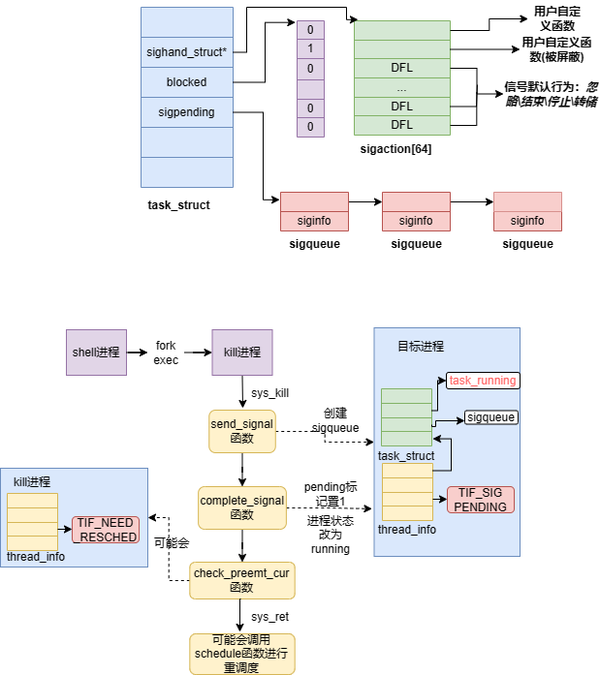
Before: OS/linux内核源代码情景分析/第六章/信号.drawio.png, a diagram exported from draw.io (SixPlusAndTimes/drawio). Source tidied: cells renumbered, new cells last; positions are measured from the earlier drawing's top-left corner, leaving out a move shared by most shapes.
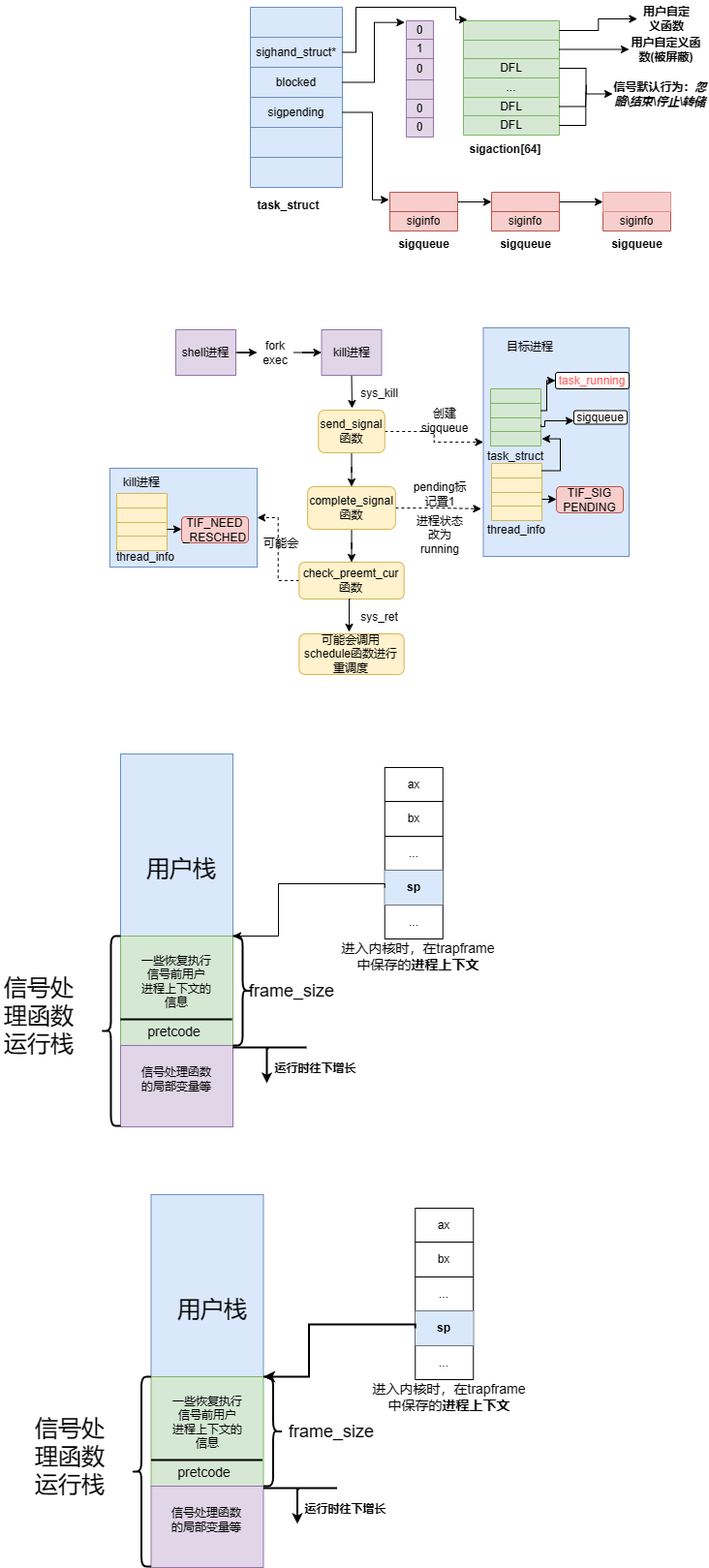
After the change.

The edit, as a diff of the source:
```diff
@@ -458,5 +458,189 @@
     <mxCell id="138" value="进程状态改为running" style="text;html=1;strokeColor=none;fillColor=none;align=center;verticalAlign=middle;whiteSpace=wrap;rounded=0;" parent="1" vertex="1">
       <mxGeometry x="311" y="533" width="60" height="30" as="geometry" />
     </mxCell>
+    <mxCell id="139" style="rounded=0;whiteSpace=wrap;html=1;fillColor=#dae8fc;strokeColor=#6c8ebf;" parent="1" vertex="1">
+      <mxGeometry x="11" y="774" width="116" height="188" as="geometry" />
+    </mxCell>
+    <mxCell id="140" style="rounded=0;whiteSpace=wrap;html=1;fillColor=#d5e8d4;strokeColor=#82b366;" parent="1" vertex="1">
+      <mxGeometry x="11" y="962" width="116" height="113" as="geometry" />
+    </mxCell>
+    <mxCell id="141" style="rounded=0;whiteSpace=wrap;html=1;fillColor=#e1d5e7;strokeColor=#9673a6;" parent="1" vertex="1">
+      <mxGeometry x="11" y="1075" width="116" height="84" as="geometry" />
+    </mxCell>
+    <mxCell id="142" value="&lt;font style=&quot;font-size: 24px;&quot;&gt;用户栈&lt;/font&gt;" style="text;html=1;strokeColor=none;fillColor=none;align=center;verticalAlign=middle;whiteSpace=wrap;rounded=0;" parent="1" vertex="1">
+      <mxGeometry x="34" y="878" width="80" height="30" as="geometry" />
+    </mxCell>
+    <mxCell id="143" style="shape=table;startSize=0;" parent="1" vertex="1">
+      <mxGeometry x="283.8" y="788" width="60" height="177" as="geometry" />
+    </mxCell>
+    <mxCell id="144" style="shape=tableRow;horizontal=0;startSize=0;swimlaneHead=0;swimlaneBody=0;strokeColor=inherit;top=0;left=0;bottom=0;right=0;fillColor=none;" parent="143" vertex="1">
+      <mxGeometry width="60" height="35" as="geometry" />
+    </mxCell>
+    <mxCell id="145" value="ax" style="shape=partialRectangle;html=1;whiteSpace=wrap;strokeColor=inherit;overflow=hidden;fillColor=none;top=0;left=0;bottom=0;right=0;" parent="144" vertex="1">
+      <mxGeometry width="60" height="35" as="geometry" />
+    </mxCell>
+    <mxCell id="146" style="shape=tableRow;horizontal=0;startSize=0;swimlaneHead=0;swimlaneBody=0;strokeColor=inherit;top=0;left=0;bottom=0;right=0;fillColor=none;" parent="143" vertex="1">
+      <mxGeometry y="35" width="60" height="36" as="geometry" />
+    </mxCell>
+    <mxCell id="147" value="bx" style="shape=partialRectangle;html=1;whiteSpace=wrap;strokeColor=inherit;overflow=hidden;fillColor=none;top=0;left=0;bottom=0;right=0;" parent="146" vertex="1">
+      <mxGeometry width="60" height="36" as="geometry" />
+    </mxCell>
+    <mxCell id="148" style="shape=tableRow;horizontal=0;startSize=0;swimlaneHead=0;swimlaneBody=0;strokeColor=inherit;top=0;left=0;bottom=0;right=0;fillColor=none;" parent="143" vertex="1">
+      <mxGeometry y="71" width="60" height="35" as="geometry" />
+    </mxCell>
+    <mxCell id="149" value="..." style="shape=partialRectangle;html=1;whiteSpace=wrap;strokeColor=inherit;overflow=hidden;fillColor=none;top=0;left=0;bottom=0;right=0;" parent="148" vertex="1">
+      <mxGeometry width="60" height="35" as="geometry" />
+    </mxCell>
+    <mxCell id="150" style="shape=tableRow;horizontal=0;startSize=0;swimlaneHead=0;swimlaneBody=0;strokeColor=inherit;top=0;left=0;bottom=0;right=0;fillColor=none;points=[[0,0.5],[1,0.5]];portConstraint=eastwest;" parent="143" vertex="1">
+      <mxGeometry y="106" width="60" height="36" as="geometry" />
+    </mxCell>
+    <mxCell id="151" value="&lt;b&gt;sp&lt;/b&gt;" style="shape=partialRectangle;html=1;whiteSpace=wrap;strokeColor=#6c8ebf;overflow=hidden;fillColor=#dae8fc;top=0;left=0;bottom=0;right=0;" parent="150" vertex="1">
+      <mxGeometry width="60" height="36" as="geometry" />
+    </mxCell>
+    <mxCell id="152" style="shape=tableRow;horizontal=0;startSize=0;swimlaneHead=0;swimlaneBody=0;strokeColor=inherit;top=0;left=0;bottom=0;right=0;fillColor=none;" parent="143" vertex="1">
+      <mxGeometry y="142" width="60" height="35" as="geometry" />
+    </mxCell>
+    <mxCell id="153" value="..." style="shape=partialRectangle;html=1;whiteSpace=wrap;strokeColor=inherit;overflow=hidden;fillColor=none;top=0;left=0;bottom=0;right=0;" parent="152" vertex="1">
+      <mxGeometry width="60" height="35" as="geometry" />
+    </mxCell>
+    <mxCell id="154" value="&lt;font style=&quot;font-size: 14px;&quot;&gt;进入内核时，在trapframe中保存的&lt;b&gt;进程上下文&lt;/b&gt;&lt;/font&gt;" style="text;html=1;strokeColor=none;fillColor=none;align=center;verticalAlign=middle;whiteSpace=wrap;rounded=0;" parent="1" vertex="1">
+      <mxGeometry x="233" y="968" width="171" height="30" as="geometry" />
+    </mxCell>
+    <mxCell id="155" style="edgeStyle=orthogonalEdgeStyle;rounded=0;jettySize=auto;html=1;exitX=0;exitY=0.5;exitDx=0;exitDy=0;entryX=1;entryY=0;entryDx=0;entryDy=0;" parent="1" edge="1" source="150" target="140">
+      <mxGeometry relative="1" as="geometry">
+        <Array as="points">
+          <mxPoint x="174" y="908" />
+          <mxPoint x="174" y="962" />
+        </Array>
+      </mxGeometry>
+    </mxCell>
+    <mxCell id="156" style="shape=curlyBracket;whiteSpace=wrap;html=1;rounded=1;flipH=1;labelPosition=right;verticalLabelPosition=middle;align=left;verticalAlign=middle;strokeWidth=2;" parent="1" vertex="1">
+      <mxGeometry x="127" y="962" width="20" height="113" as="geometry" />
+    </mxCell>
+    <mxCell id="157" value="&lt;font style=&quot;font-size: 18px;&quot;&gt;frame_size&lt;/font&gt;" style="text;html=1;strokeColor=none;fillColor=none;align=center;verticalAlign=middle;whiteSpace=wrap;rounded=0;" parent="1" vertex="1">
+      <mxGeometry x="156.5" y="1003.5" width="62" height="30" as="geometry" />
+    </mxCell>
+    <mxCell id="158" value="&lt;font style=&quot;font-size: 24px;&quot;&gt;信号处理函数运行栈&lt;/font&gt;" style="text;html=1;strokeColor=none;fillColor=none;align=center;verticalAlign=middle;whiteSpace=wrap;rounded=0;" parent="1" vertex="1">
+      <mxGeometry x="-113" y="1030" width="80" height="30" as="geometry" />
+    </mxCell>
+    <mxCell id="159" style="line;strokeWidth=2;html=1;" parent="1" vertex="1">
+      <mxGeometry x="127" y="1072" width="76" height="10" as="geometry" />
+    </mxCell>
+    <mxCell id="160" style="edgeStyle=segmentEdgeStyle;endArrow=classic;html=1;curved=0;rounded=0;endSize=5;startSize=8;strokeWidth=2;" parent="1" edge="1">
+      <mxGeometry relative="1" as="geometry">
+        <mxPoint x="164" y="1078" as="sourcePoint" />
+        <mxPoint x="162" y="1114" as="targetPoint" />
+      </mxGeometry>
+    </mxCell>
+    <mxCell id="161" value="&lt;font style=&quot;font-size: 12px;&quot;&gt;运行时往下增长&lt;/font&gt;" style="text;strokeColor=none;fillColor=none;html=1;fontSize=24;fontStyle=1;verticalAlign=middle;align=center;" parent="1" vertex="1">
+      <mxGeometry x="176" y="1082" width="71" height="26" as="geometry" />
+    </mxCell>
+    <mxCell id="162" value="&lt;font style=&quot;font-size: 12px;&quot;&gt;信号处理函数的局部变量等&lt;/font&gt;" style="text;html=1;strokeColor=none;fillColor=none;align=center;verticalAlign=middle;whiteSpace=wrap;rounded=0;" parent="1" vertex="1">
+      <mxGeometry x="28.5" y="1095" width="80" height="30" as="geometry" />
+    </mxCell>
+    <mxCell id="163" style="line;strokeWidth=2;html=1;" parent="1" vertex="1">
+      <mxGeometry x="11" y="1043" width="115" height="10" as="geometry" />
+    </mxCell>
+    <mxCell id="164" value="&lt;span style=&quot;font-weight: normal;&quot;&gt;&lt;font style=&quot;font-size: 14px;&quot;&gt;pretcode&lt;/font&gt;&lt;/span&gt;" style="text;strokeColor=none;fillColor=none;html=1;fontSize=24;fontStyle=1;verticalAlign=middle;align=center;" parent="1" vertex="1">
+      <mxGeometry x="37" y="1046" width="57" height="23" as="geometry" />
+    </mxCell>
+    <mxCell id="165" value="一些恢复执行信号前用户&lt;br style=&quot;border-color: var(--border-color);&quot;&gt;&lt;span style=&quot;&quot;&gt;进程上下文的信息&lt;/span&gt;" style="text;html=1;strokeColor=none;fillColor=none;align=center;verticalAlign=middle;whiteSpace=wrap;rounded=0;" parent="1" vertex="1">
+      <mxGeometry x="30" y="994" width="78" height="30" as="geometry" />
+    </mxCell>
+    <mxCell id="166" style="shape=curlyBracket;whiteSpace=wrap;html=1;rounded=1;labelPosition=left;verticalLabelPosition=middle;align=right;verticalAlign=middle;strokeWidth=2;" parent="1" vertex="1">
+      <mxGeometry x="-9" y="962" width="20" height="196" as="geometry" />
+    </mxCell>
+    <mxCell id="167" style="rounded=0;whiteSpace=wrap;html=1;fillColor=#dae8fc;strokeColor=#6c8ebf;" parent="1" vertex="1">
+      <mxGeometry x="42.5" y="1229" width="116" height="188" as="geometry" />
+    </mxCell>
+    <mxCell id="168" style="rounded=0;whiteSpace=wrap;html=1;fillColor=#d5e8d4;strokeColor=#82b366;" parent="1" vertex="1">
+      <mxGeometry x="42.5" y="1417" width="116" height="113" as="geometry" />
+    </mxCell>
+    <mxCell id="169" style="rounded=0;whiteSpace=wrap;html=1;fillColor=#e1d5e7;strokeColor=#9673a6;" parent="1" vertex="1">
+      <mxGeometry x="42.5" y="1530" width="116" height="84" as="geometry" />
+    </mxCell>
+    <mxCell id="170" value="&lt;font style=&quot;font-size: 24px;&quot;&gt;用户栈&lt;/font&gt;" style="text;html=1;strokeColor=none;fillColor=none;align=center;verticalAlign=middle;whiteSpace=wrap;rounded=0;" parent="1" vertex="1">
+      <mxGeometry x="65.5" y="1333" width="80" height="30" as="geometry" />
+    </mxCell>
+    <mxCell id="171" style="shape=table;startSize=0;" parent="1" vertex="1">
+      <mxGeometry x="315.2" y="1243" width="60" height="177" as="geometry" />
+    </mxCell>
+    <mxCell id="172" style="shape=tableRow;horizontal=0;startSize=0;swimlaneHead=0;swimlaneBody=0;strokeColor=inherit;top=0;left=0;bottom=0;right=0;fillColor=none;" parent="171" vertex="1">
+      <mxGeometry width="60" height="35" as="geometry" />
+    </mxCell>
+    <mxCell id="173" value="ax" style="shape=partialRectangle;html=1;whiteSpace=wrap;strokeColor=inherit;overflow=hidden;fillColor=none;top=0;left=0;bottom=0;right=0;" parent="172" vertex="1">
+      <mxGeometry width="60" height="35" as="geometry" />
+    </mxCell>
+    <mxCell id="174" style="shape=tableRow;horizontal=0;startSize=0;swimlaneHead=0;swimlaneBody=0;strokeColor=inherit;top=0;left=0;bottom=0;right=0;fillColor=none;" parent="171" vertex="1">
+      <mxGeometry y="35" width="60" height="36" as="geometry" />
+    </mxCell>
+    <mxCell id="175" value="bx" style="shape=partialRectangle;html=1;whiteSpace=wrap;strokeColor=inherit;overflow=hidden;fillColor=none;top=0;left=0;bottom=0;right=0;" parent="174" vertex="1">
+      <mxGeometry width="60" height="36" as="geometry" />
+    </mxCell>
+    <mxCell id="176" style="shape=tableRow;horizontal=0;startSize=0;swimlaneHead=0;swimlaneBody=0;strokeColor=inherit;top=0;left=0;bottom=0;right=0;fillColor=none;" parent="171" vertex="1">
+      <mxGeometry y="71" width="60" height="35" as="geometry" />
+    </mxCell>
+    <mxCell id="177" value="..." style="shape=partialRectangle;html=1;whiteSpace=wrap;strokeColor=inherit;overflow=hidden;fillColor=none;top=0;left=0;bottom=0;right=0;" parent="176" vertex="1">
+      <mxGeometry width="60" height="35" as="geometry" />
+    </mxCell>
+    <mxCell id="178" style="shape=tableRow;horizontal=0;startSize=0;swimlaneHead=0;swimlaneBody=0;strokeColor=inherit;top=0;left=0;bottom=0;right=0;fillColor=none;points=[[0,0.5],[1,0.5]];portConstraint=eastwest;" parent="171" vertex="1">
+      <mxGeometry y="106" width="60" height="36" as="geometry" />
+    </mxCell>
+    <mxCell id="179" value="&lt;b&gt;sp&lt;/b&gt;" style="shape=partialRectangle;html=1;whiteSpace=wrap;strokeColor=#6c8ebf;overflow=hidden;fillColor=#dae8fc;top=0;left=0;bottom=0;right=0;" parent="178" vertex="1">
+      <mxGeometry width="60" height="36" as="geometry" />
+    </mxCell>
+    <mxCell id="180" style="shape=tableRow;horizontal=0;startSize=0;swimlaneHead=0;swimlaneBody=0;strokeColor=inherit;top=0;left=0;bottom=0;right=0;fillColor=none;" parent="171" vertex="1">
+      <mxGeometry y="142" width="60" height="35" as="geometry" />
+    </mxCell>
+    <mxCell id="181" value="..." style="shape=partialRectangle;html=1;whiteSpace=wrap;strokeColor=inherit;overflow=hidden;fillColor=none;top=0;left=0;bottom=0;right=0;" parent="180" vertex="1">
+      <mxGeometry width="60" height="35" as="geometry" />
+    </mxCell>
+    <mxCell id="182" value="&lt;font style=&quot;font-size: 14px;&quot;&gt;进入内核时，在trapframe中保存的&lt;b&gt;进程上下文&lt;/b&gt;&lt;/font&gt;" style="text;html=1;strokeColor=none;fillColor=none;align=center;verticalAlign=middle;whiteSpace=wrap;rounded=0;" parent="1" vertex="1">
+      <mxGeometry x="264.5" y="1423" width="171" height="30" as="geometry" />
+    </mxCell>
+    <mxCell id="183" style="edgeStyle=orthogonalEdgeStyle;rounded=0;jettySize=auto;html=1;exitX=0;exitY=0.5;exitDx=0;exitDy=0;entryX=1;entryY=0;entryDx=0;entryDy=0;jumpSize=6;endSize=6;strokeWidth=2;" parent="1" edge="1" source="178" target="168">
+      <mxGeometry relative="1" as="geometry">
+        <Array as="points">
+          <mxPoint x="205.5" y="1363" />
+          <mxPoint x="205.5" y="1417" />
+        </Array>
+      </mxGeometry>
+    </mxCell>
+    <mxCell id="184" style="shape=curlyBracket;whiteSpace=wrap;html=1;rounded=1;flipH=1;labelPosition=right;verticalLabelPosition=middle;align=left;verticalAlign=middle;strokeWidth=2;" parent="1" vertex="1">
+      <mxGeometry x="158.5" y="1417" width="20" height="113" as="geometry" />
+    </mxCell>
+    <mxCell id="185" value="&lt;font style=&quot;font-size: 18px;&quot;&gt;frame_size&lt;/font&gt;" style="text;html=1;strokeColor=none;fillColor=none;align=center;verticalAlign=middle;whiteSpace=wrap;rounded=0;" parent="1" vertex="1">
+      <mxGeometry x="198" y="1458.5" width="62" height="30" as="geometry" />
+    </mxCell>
+    <mxCell id="186" value="&lt;font style=&quot;font-size: 24px;&quot;&gt;信号处理函数运行栈&lt;/font&gt;" style="text;html=1;strokeColor=none;fillColor=none;align=center;verticalAlign=middle;whiteSpace=wrap;rounded=0;" parent="1" vertex="1">
+      <mxGeometry x="-81.5" y="1485" width="80" height="30" as="geometry" />
+    </mxCell>
+    <mxCell id="187" style="line;strokeWidth=2;html=1;" parent="1" vertex="1">
+      <mxGeometry x="158.5" y="1527" width="76" height="10" as="geometry" />
+    </mxCell>
+    <mxCell id="188" style="edgeStyle=segmentEdgeStyle;endArrow=classic;html=1;curved=0;rounded=0;endSize=5;startSize=8;strokeWidth=2;" parent="1" edge="1">
+      <mxGeometry relative="1" as="geometry">
+        <mxPoint x="195.5" y="1533" as="sourcePoint" />
+        <mxPoint x="193.5" y="1569" as="targetPoint" />
+      </mxGeometry>
+    </mxCell>
+    <mxCell id="189" value="&lt;font style=&quot;font-size: 12px;&quot;&gt;运行时往下增长&lt;/font&gt;" style="text;strokeColor=none;fillColor=none;html=1;fontSize=24;fontStyle=1;verticalAlign=middle;align=center;" parent="1" vertex="1">
+      <mxGeometry x="207.5" y="1537" width="71" height="26" as="geometry" />
+    </mxCell>
+    <mxCell id="190" value="&lt;font style=&quot;font-size: 12px;&quot;&gt;信号处理函数的局部变量等&lt;/font&gt;" style="text;html=1;strokeColor=none;fillColor=none;align=center;verticalAlign=middle;whiteSpace=wrap;rounded=0;" parent="1" vertex="1">
+      <mxGeometry x="60" y="1550" width="80" height="30" as="geometry" />
+    </mxCell>
+    <mxCell id="191" style="line;strokeWidth=2;html=1;" parent="1" vertex="1">
+      <mxGeometry x="42.5" y="1498" width="115" height="10" as="geometry" />
+    </mxCell>
+    <mxCell id="192" value="&lt;span style=&quot;font-weight: normal;&quot;&gt;&lt;font style=&quot;font-size: 14px;&quot;&gt;pretcode&lt;/font&gt;&lt;/span&gt;" style="text;strokeColor=none;fillColor=none;html=1;fontSize=24;fontStyle=1;verticalAlign=middle;align=center;" parent="1" vertex="1">
+      <mxGeometry x="68.5" y="1501" width="57" height="23" as="geometry" />
+    </mxCell>
+    <mxCell id="193" value="一些恢复执行信号前用户&lt;br style=&quot;border-color: var(--border-color);&quot;&gt;&lt;span style=&quot;&quot;&gt;进程上下文的信息&lt;/span&gt;" style="text;html=1;strokeColor=none;fillColor=none;align=center;verticalAlign=middle;whiteSpace=wrap;rounded=0;" parent="1" vertex="1">
+      <mxGeometry x="61.5" y="1449" width="78" height="30" as="geometry" />
+    </mxCell>
+    <mxCell id="194" style="shape=curlyBracket;whiteSpace=wrap;html=1;rounded=1;labelPosition=left;verticalLabelPosition=middle;align=right;verticalAlign=middle;strokeWidth=2;" parent="1" vertex="1">
+      <mxGeometry x="22.5" y="1417" width="20" height="196" as="geometry" />
+    </mxCell>
   </root>
 </mxGraphModel>
```
